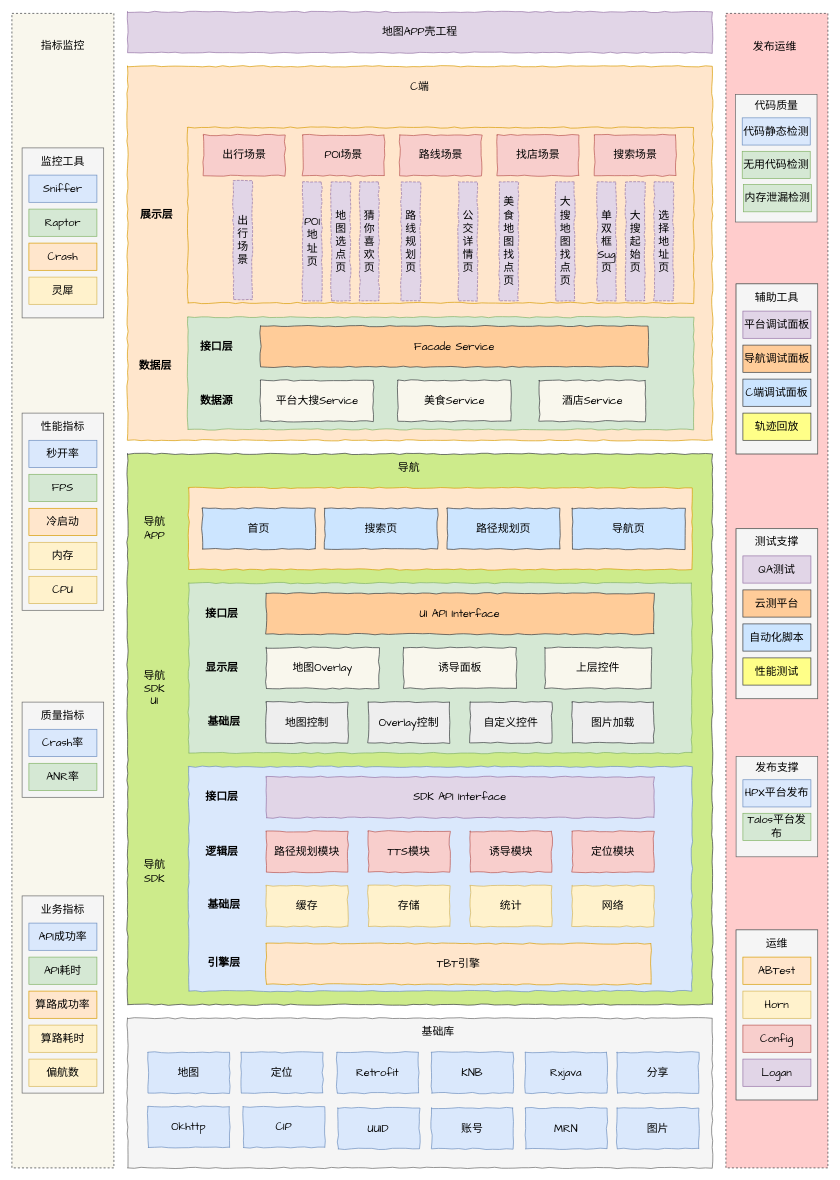
TryLoveCatch/charts keeps this draw.io diagram as 地图app全景图.drawio. Above is the earlier version. Source tidied: cells renumbered, new cells numbered last; positions are measured from the earlier drawing's top-left corner, leaving out a move shared by most shapes. Both pictures are drawn from the tidied source at 68%, with x=0, y=0 at pixel (12, 12).
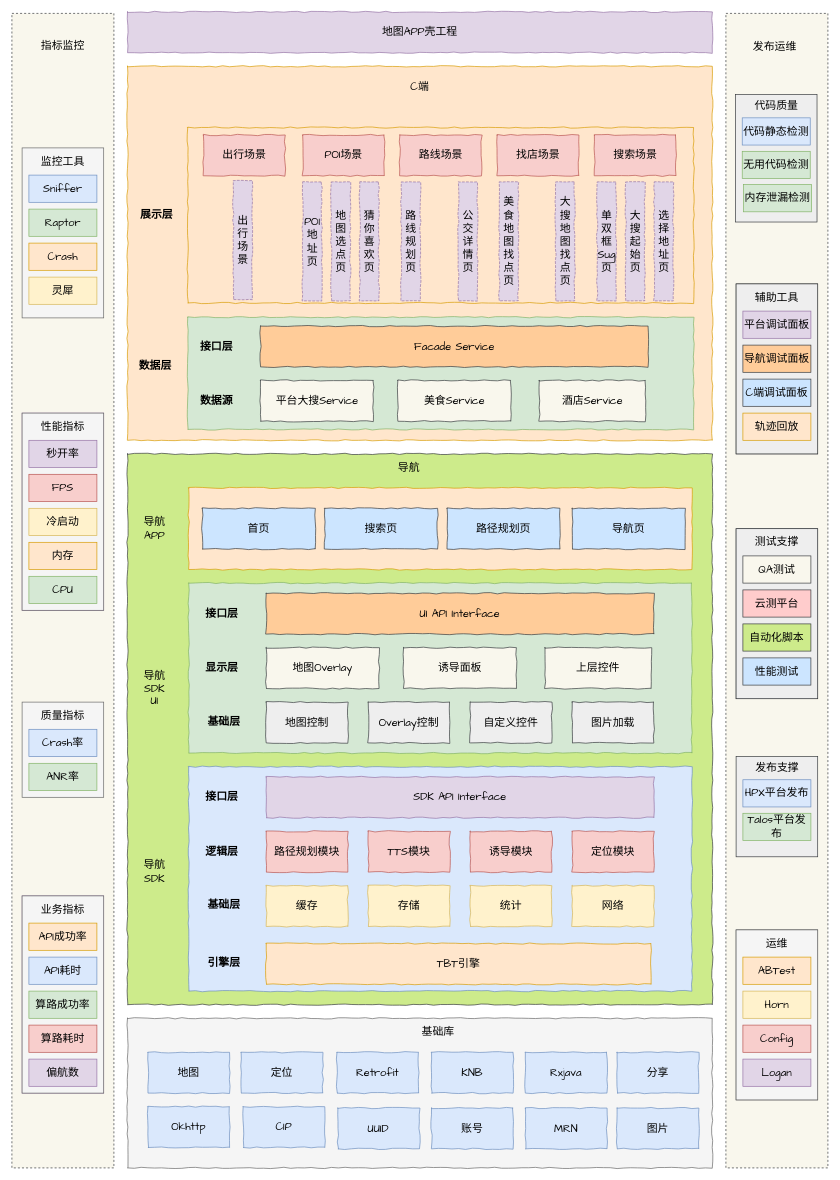
After the change.

Commit message (it also covers changes not shown here):
更新地图app全景图.drawio

Unchanged cells that the change refers to:
```xml
<mxCell id="137" style="group;fontSize=16;fontFamily=Comic Sans MS;fillColor=#ffff88;strokeColor=#36393d;" parent="1" vertex="1">
  <mxGeometry x="1065" y="400" width="120" height="250" as="geometry" />
</mxCell>
```

What changed in the source:
```diff
@@
-    <mxCell id="2" style="rounded=0;whiteSpace=wrap;html=1;dashed=1;fillColor=#ffcccc;strokeColor=#36393d;fontSize=16;fontFamily=Comic Sans MS;" parent="1" vertex="1">
+    <mxCell id="2" style="rounded=0;whiteSpace=wrap;html=1;dashed=1;fillColor=#f9f7ed;strokeColor=#36393d;fontSize=16;fontFamily=Comic Sans MS;" parent="1" vertex="1">
       <mxGeometry x="1050" y="2.2" width="150" height="1697.8" as="geometry" />
     </mxCell>
@@
-    <mxCell id="6" style="group;fontSize=16;fontFamily=Comic Sans MS;fillColor=#ffff88;strokeColor=#36393d;" parent="1" vertex="1">
+    <mxCell id="6" style="group;fontSize=16;fontFamily=Comic Sans MS;fillColor=#f9f7ed;strokeColor=#36393d;" parent="1" vertex="1">
       <mxGeometry x="1065" y="760" width="120" height="250" as="geometry" />
     </mxCell>
-    <mxCell id="7" style="rounded=0;whiteSpace=wrap;html=1;fontSize=16;fontFamily=Comic Sans MS;fillColor=#f5f5f5;strokeColor=#666666;fontColor=#333333;" parent="6" vertex="1">
+    <mxCell id="7" style="rounded=0;whiteSpace=wrap;html=1;fontSize=16;fontFamily=Comic Sans MS;fillColor=#eeeeee;strokeColor=#36393d;" parent="6" vertex="1">
       <mxGeometry width="120" height="250" as="geometry" />
     </mxCell>
@@
-    <mxCell id="9" value="QA测试" style="rounded=0;whiteSpace=wrap;html=1;fontSize=16;fontFamily=Comic Sans MS;fillColor=#e1d5e7;strokeColor=#9673a6;" parent="6" vertex="1">
+    <mxCell id="9" value="QA测试" style="rounded=0;whiteSpace=wrap;html=1;fontSize=16;fontFamily=Comic Sans MS;fillColor=#f9f7ed;strokeColor=#36393d;" parent="6" vertex="1">
       <mxGeometry x="10" y="40" width="100" height="40" as="geometry" />
     </mxCell>
-    <mxCell id="10" value="云测平台" style="rounded=0;whiteSpace=wrap;html=1;fontSize=16;fontFamily=Comic Sans MS;fillColor=#ffcc99;strokeColor=#36393d;" parent="6" vertex="1">
+    <mxCell id="10" value="云测平台" style="rounded=0;whiteSpace=wrap;html=1;fontSize=16;fontFamily=Comic Sans MS;fillColor=#ffcccc;strokeColor=#36393d;" parent="6" vertex="1">
       <mxGeometry x="10" y="90" width="100" height="40" as="geometry" />
     </mxCell>
-    <mxCell id="11" value="自动化脚本" style="rounded=0;whiteSpace=wrap;html=1;fontSize=16;fontFamily=Comic Sans MS;fillColor=#cce5ff;strokeColor=#36393d;" parent="6" vertex="1">
+    <mxCell id="11" value="自动化脚本" style="rounded=0;whiteSpace=wrap;html=1;fontSize=16;fontFamily=Comic Sans MS;fillColor=#cdeb8b;strokeColor=#36393d;" parent="6" vertex="1">
       <mxGeometry x="10" y="140" width="100" height="40" as="geometry" />
     </mxCell>
-    <mxCell id="12" value="性能测试" style="rounded=0;whiteSpace=wrap;html=1;fontSize=16;fontFamily=Comic Sans MS;fillColor=#ffff88;strokeColor=#36393d;" parent="6" vertex="1">
+    <mxCell id="12" value="性能测试" style="rounded=0;whiteSpace=wrap;html=1;fontSize=16;fontFamily=Comic Sans MS;fillColor=#cce5ff;strokeColor=#36393d;" parent="6" vertex="1">
       <mxGeometry x="10" y="190" width="100" height="40" as="geometry" />
     </mxCell>
@@
-    <mxCell id="21" style="group;fillColor=#f5f5f5;strokeColor=#666666;fontColor=#333333;fontSize=16;fontFamily=Comic Sans MS;" parent="1" vertex="1">
+    <mxCell id="21" style="group;fillColor=#eeeeee;strokeColor=#36393d;fontSize=16;fontFamily=Comic Sans MS;" parent="1" vertex="1">
       <mxGeometry x="1065" y="1350" width="120" height="250" as="geometry" />
     </mxCell>
@@
-    <mxCell id="28" style="rounded=0;whiteSpace=wrap;html=1;fontSize=16;fontFamily=Comic Sans MS;fillColor=#f5f5f5;strokeColor=#666666;fontColor=#333333;" parent="1" vertex="1">
+    <mxCell id="28" style="rounded=0;whiteSpace=wrap;html=1;fontSize=16;fontFamily=Comic Sans MS;fillColor=#eeeeee;strokeColor=#36393d;" parent="1" vertex="1">
       <mxGeometry x="1064" y="121.5" width="120" height="187.5" as="geometry" />
     </mxCell>
@@
-    <mxCell id="112" style="group;fontSize=16;fontFamily=Comic Sans MS;" parent="1" vertex="1">
+    <mxCell id="112" style="group;fontSize=16;fontFamily=Comic Sans MS;fillColor=#e1d5e7;strokeColor=#9673a6;" parent="1" vertex="1">
       <mxGeometry x="15" y="590" width="120" height="290" as="geometry" />
     </mxCell>
@@
-    <mxCell id="115" value="秒开率" style="rounded=0;whiteSpace=wrap;html=1;fontSize=16;fontFamily=Comic Sans MS;fillColor=#dae8fc;strokeColor=#6c8ebf;" parent="112" vertex="1">
+    <mxCell id="115" value="秒开率" style="rounded=0;whiteSpace=wrap;html=1;fontSize=16;fontFamily=Comic Sans MS;fillColor=#e1d5e7;strokeColor=#9673a6;" parent="112" vertex="1">
       <mxGeometry x="10" y="40" width="100" height="40" as="geometry" />
     </mxCell>
-    <mxCell id="116" value="FPS" style="rounded=0;whiteSpace=wrap;html=1;fontSize=16;fontFamily=Comic Sans MS;fillColor=#d5e8d4;strokeColor=#82b366;" parent="112" vertex="1">
+    <mxCell id="116" value="FPS" style="rounded=0;whiteSpace=wrap;html=1;fontSize=16;fontFamily=Comic Sans MS;fillColor=#f8cecc;strokeColor=#b85450;" parent="112" vertex="1">
       <mxGeometry x="10" y="90" width="100" height="40" as="geometry" />
     </mxCell>
-    <mxCell id="117" value="冷启动" style="rounded=0;whiteSpace=wrap;html=1;fontSize=16;fontFamily=Comic Sans MS;fillColor=#ffe6cc;strokeColor=#d79b00;" parent="112" vertex="1">
+    <mxCell id="117" value="冷启动" style="rounded=0;whiteSpace=wrap;html=1;fontSize=16;fontFamily=Comic Sans MS;fillColor=#fff2cc;strokeColor=#d6b656;" parent="112" vertex="1">
       <mxGeometry x="10" y="140" width="100" height="40" as="geometry" />
     </mxCell>
-    <mxCell id="118" value="内存" style="rounded=0;whiteSpace=wrap;html=1;fontSize=16;fontFamily=Comic Sans MS;fillColor=#fff2cc;strokeColor=#d6b656;" parent="112" vertex="1">
+    <mxCell id="118" value="内存" style="rounded=0;whiteSpace=wrap;html=1;fontSize=16;fontFamily=Comic Sans MS;fillColor=#ffe6cc;strokeColor=#d79b00;" parent="112" vertex="1">
       <mxGeometry x="10" y="190" width="100" height="40" as="geometry" />
     </mxCell>
-    <mxCell id="119" value="CPU" style="rounded=0;whiteSpace=wrap;html=1;fontSize=16;fontFamily=Comic Sans MS;fillColor=#fff2cc;strokeColor=#d6b656;" parent="112" vertex="1">
+    <mxCell id="119" value="CPU" style="rounded=0;whiteSpace=wrap;html=1;fontSize=16;fontFamily=Comic Sans MS;fillColor=#d5e8d4;strokeColor=#82b366;" parent="112" vertex="1">
       <mxGeometry x="10" y="240" width="100" height="40" as="geometry" />
     </mxCell>
-    <mxCell id="120" style="group;fontSize=16;fontFamily=Comic Sans MS;" parent="1" vertex="1">
+    <mxCell id="120" style="group;fontSize=16;fontFamily=Comic Sans MS;fillColor=#e1d5e7;strokeColor=#9673a6;" parent="1" vertex="1">
       <mxGeometry x="15" y="1300" width="120" height="290" as="geometry" />
     </mxCell>
@@
-    <mxCell id="123" value="API成功率" style="rounded=0;whiteSpace=wrap;html=1;fontSize=16;fontFamily=Comic Sans MS;fillColor=#dae8fc;strokeColor=#6c8ebf;" parent="120" vertex="1">
+    <mxCell id="123" value="API成功率" style="rounded=0;whiteSpace=wrap;html=1;fontSize=16;fontFamily=Comic Sans MS;fillColor=#ffe6cc;strokeColor=#d79b00;" parent="120" vertex="1">
       <mxGeometry x="10" y="40" width="100" height="40" as="geometry" />
     </mxCell>
-    <mxCell id="124" value="API耗时" style="rounded=0;whiteSpace=wrap;html=1;fontSize=16;fontFamily=Comic Sans MS;fillColor=#d5e8d4;strokeColor=#82b366;" parent="120" vertex="1">
+    <mxCell id="124" value="API耗时" style="rounded=0;whiteSpace=wrap;html=1;fontSize=16;fontFamily=Comic Sans MS;fillColor=#dae8fc;strokeColor=#6c8ebf;" parent="120" vertex="1">
       <mxGeometry x="10" y="90" width="100" height="40" as="geometry" />
     </mxCell>
-    <mxCell id="125" value="算路成功率" style="rounded=0;whiteSpace=wrap;html=1;fontSize=16;fontFamily=Comic Sans MS;fillColor=#ffe6cc;strokeColor=#d79b00;" parent="120" vertex="1">
+    <mxCell id="125" value="算路成功率" style="rounded=0;whiteSpace=wrap;html=1;fontSize=16;fontFamily=Comic Sans MS;fillColor=#d5e8d4;strokeColor=#82b366;" parent="120" vertex="1">
       <mxGeometry x="10" y="140" width="100" height="40" as="geometry" />
     </mxCell>
-    <mxCell id="126" value="算路耗时" style="rounded=0;whiteSpace=wrap;html=1;fontSize=16;fontFamily=Comic Sans MS;fillColor=#fff2cc;strokeColor=#d6b656;" parent="120" vertex="1">
+    <mxCell id="126" value="算路耗时" style="rounded=0;whiteSpace=wrap;html=1;fontSize=16;fontFamily=Comic Sans MS;fillColor=#f8cecc;strokeColor=#b85450;" parent="120" vertex="1">
       <mxGeometry x="10" y="190" width="100" height="40" as="geometry" />
     </mxCell>
-    <mxCell id="127" value="偏航数" style="rounded=0;whiteSpace=wrap;html=1;fontSize=16;fontFamily=Comic Sans MS;fillColor=#fff2cc;strokeColor=#d6b656;" parent="120" vertex="1">
+    <mxCell id="127" value="偏航数" style="rounded=0;whiteSpace=wrap;html=1;fontSize=16;fontFamily=Comic Sans MS;fillColor=#e1d5e7;strokeColor=#9673a6;" parent="120" vertex="1">
       <mxGeometry x="10" y="240" width="100" height="40" as="geometry" />
     </mxCell>
@@
-    <mxCell id="132" style="rounded=0;whiteSpace=wrap;html=1;fontSize=16;fontFamily=Comic Sans MS;fillColor=#f5f5f5;strokeColor=#666666;fontColor=#333333;" parent="1" vertex="1">
+    <mxCell id="132" style="rounded=0;whiteSpace=wrap;html=1;fontSize=16;fontFamily=Comic Sans MS;fillColor=#eeeeee;strokeColor=#36393d;" parent="1" vertex="1">
       <mxGeometry x="1065" y="1095" width="120" height="147.5" as="geometry" />
     </mxCell>
@@
-    <mxCell id="138" style="rounded=0;whiteSpace=wrap;html=1;fontSize=16;fontFamily=Comic Sans MS;fillColor=#f5f5f5;strokeColor=#666666;fontColor=#333333;" parent="137" vertex="1">
+    <mxCell id="138" style="rounded=0;whiteSpace=wrap;html=1;fontSize=16;fontFamily=Comic Sans MS;fillColor=#eeeeee;strokeColor=#36393d;" parent="137" vertex="1">
       <mxGeometry width="120" height="250" as="geometry" />
     </mxCell>
@@
-    <mxCell id="143" value="轨迹回放" style="rounded=0;whiteSpace=wrap;html=1;fontSize=16;fontFamily=Comic Sans MS;fillColor=#ffff88;strokeColor=#36393d;" parent="137" vertex="1">
+    <mxCell id="143" value="轨迹回放" style="rounded=0;whiteSpace=wrap;html=1;fontSize=16;fontFamily=Comic Sans MS;fillColor=#ffe6cc;strokeColor=#d79b00;" parent="137" vertex="1">
       <mxGeometry x="10" y="190" width="100" height="40" as="geometry" />
     </mxCell>
```
